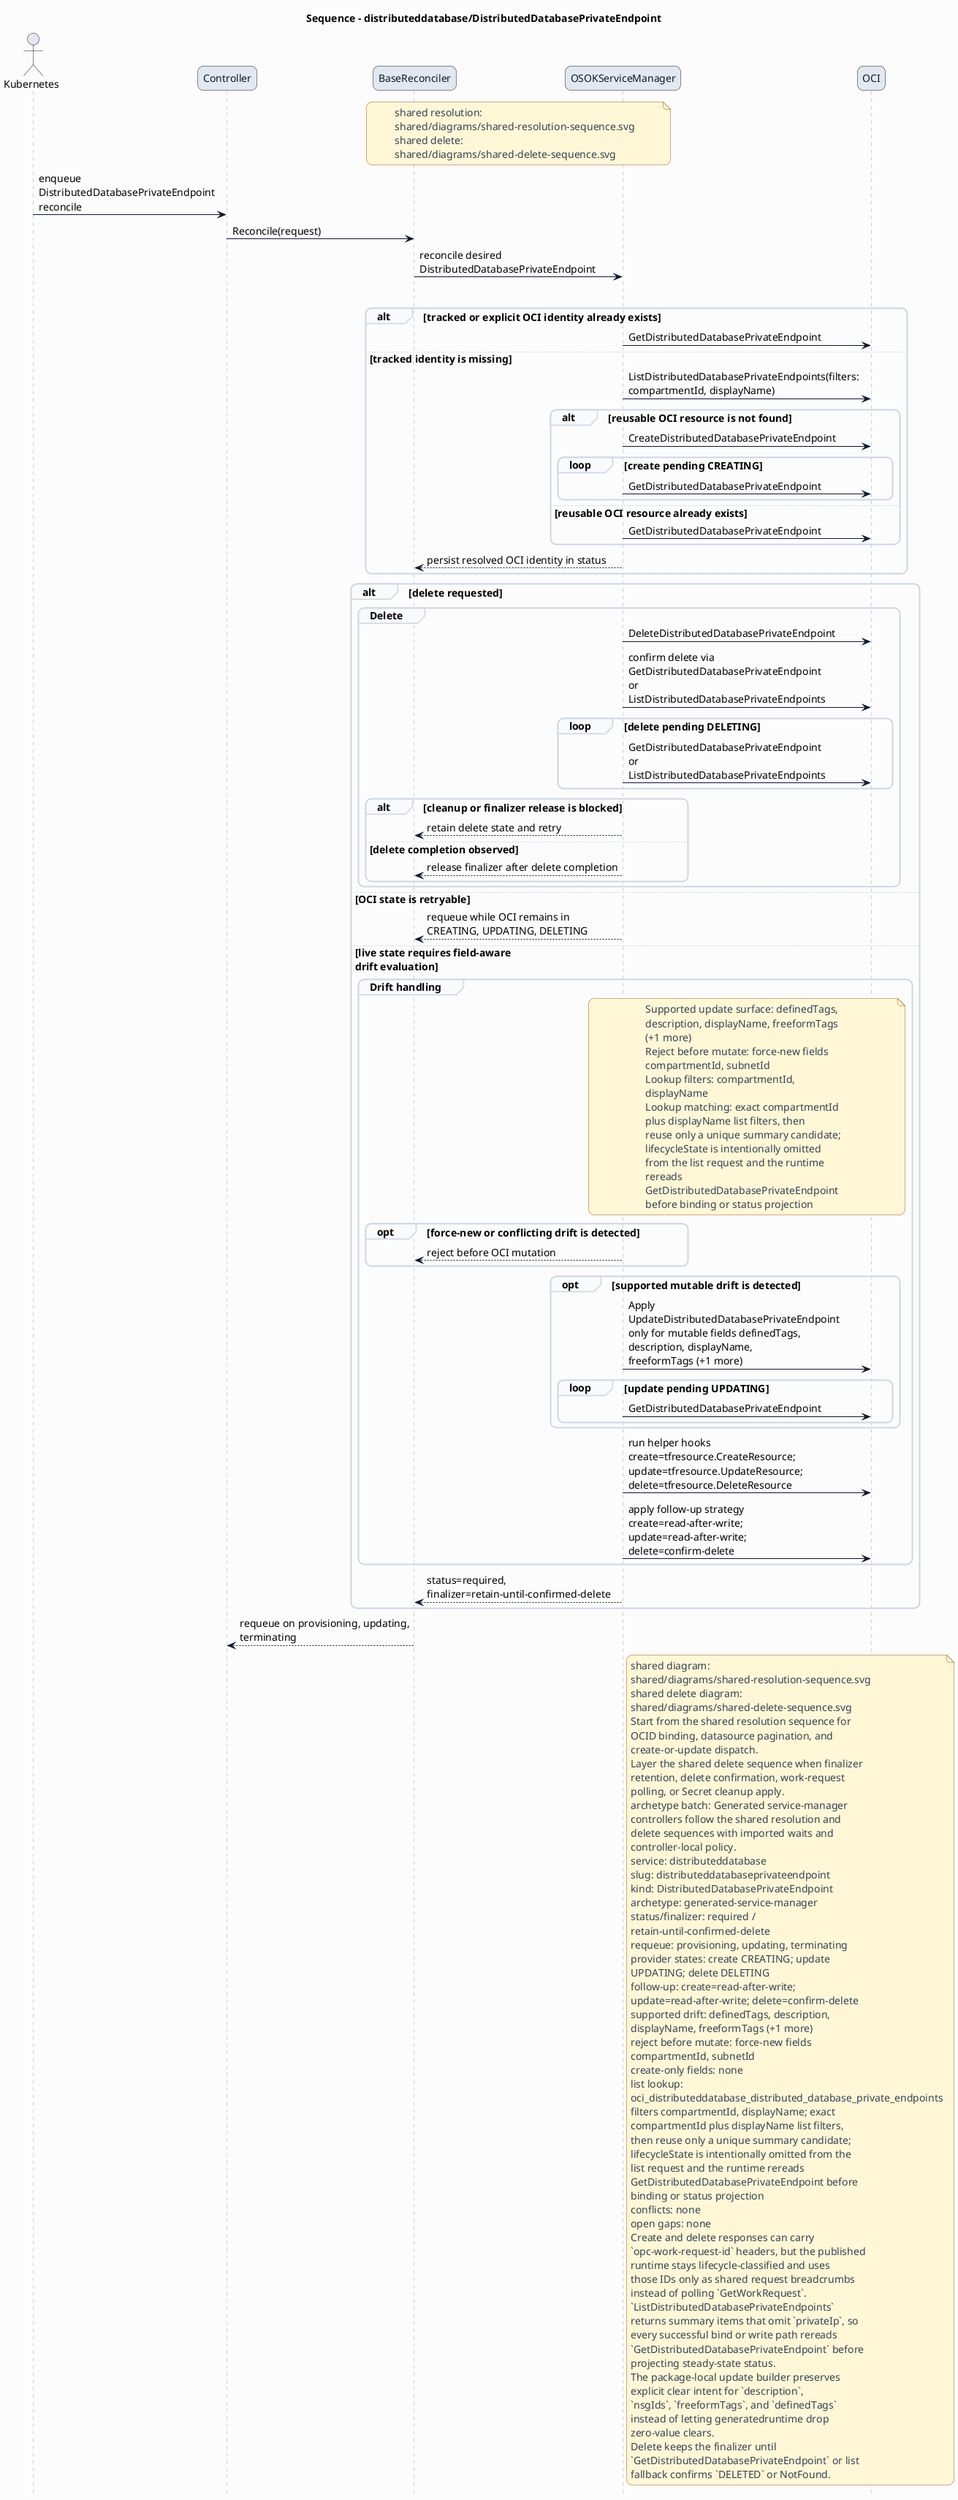
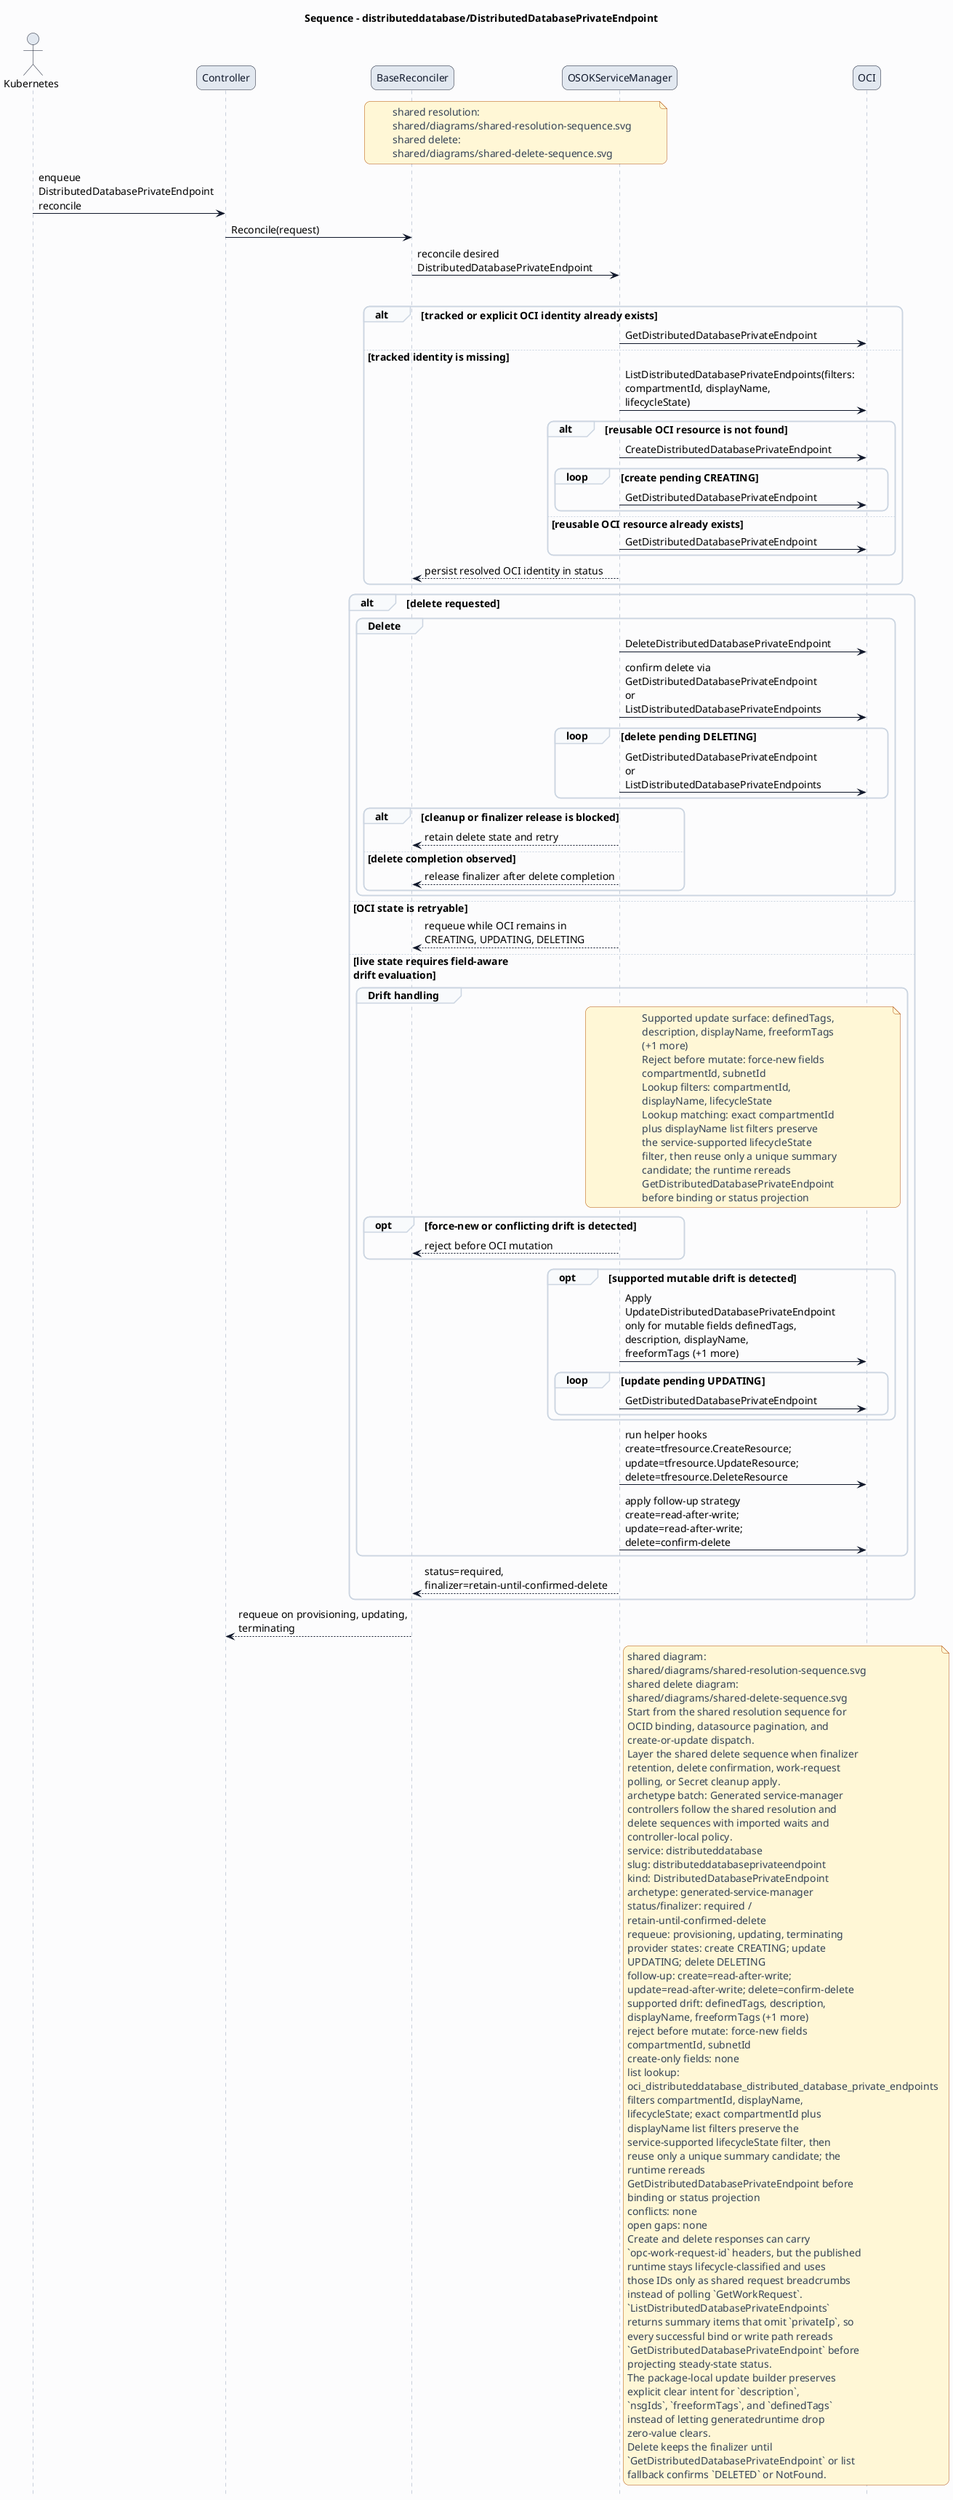
@startuml
skinparam shadowing false
skinparam backgroundColor #fcfcfd
skinparam defaultFontName Helvetica
skinparam defaultFontSize 14
skinparam arrowColor #0f172a
skinparam noteBackgroundColor #fff7d6
skinparam noteBorderColor #b45309
skinparam noteFontColor #334155
skinparam roundcorner 16
title Sequence - distributeddatabase/DistributedDatabasePrivateEndpoint
hide footbox
skinparam sequence {
  actorBorderColor #0f172a
  actorBackgroundColor #e2e8f0
  participantBorderColor #0f172a
  participantBackgroundColor #e2e8f0
  participantFontColor #0f172a
  lifeLineBorderColor #94a3b8
  groupBorderColor #cbd5e1
  groupBackgroundColor #f8fafc
}
actor Kubernetes
participant Controller
participant BaseReconciler
participant "OSOKServiceManager" as ServiceManager
participant OCI
note over BaseReconciler,ServiceManager
shared resolution:
shared/diagrams/shared-resolution-sequence.svg
shared delete:
shared/diagrams/shared-delete-sequence.svg
end note
Kubernetes -> Controller: enqueue\nDistributedDatabasePrivateEndpoint\nreconcile
Controller -> BaseReconciler: Reconcile(request)
BaseReconciler -> ServiceManager: reconcile desired\nDistributedDatabasePrivateEndpoint
group Lookup and bind
alt tracked or explicit OCI identity already exists
ServiceManager -> OCI: GetDistributedDatabasePrivateEndpoint
else tracked identity is missing
- ServiceManager -> OCI: ListDistributedDatabasePrivateEndpoints(filters:\ncompartmentId, displayName)
+ ServiceManager -> OCI: ListDistributedDatabasePrivateEndpoints(filters:\ncompartmentId, displayName,\nlifecycleState)
alt reusable OCI resource is not found
ServiceManager -> OCI: CreateDistributedDatabasePrivateEndpoint
loop create pending CREATING
ServiceManager -> OCI: GetDistributedDatabasePrivateEndpoint
end
else reusable OCI resource already exists
ServiceManager -> OCI: GetDistributedDatabasePrivateEndpoint
end
ServiceManager --> BaseReconciler: persist resolved OCI identity in status
end
alt delete requested
group Delete
ServiceManager -> OCI: DeleteDistributedDatabasePrivateEndpoint
ServiceManager -> OCI: confirm delete via\nGetDistributedDatabasePrivateEndpoint\nor\nListDistributedDatabasePrivateEndpoints
loop delete pending DELETING
ServiceManager -> OCI: GetDistributedDatabasePrivateEndpoint\nor\nListDistributedDatabasePrivateEndpoints
end
alt cleanup or finalizer release is blocked
ServiceManager --> BaseReconciler: retain delete state and retry
else delete completion observed
ServiceManager --> BaseReconciler: release finalizer after delete completion
end
end
else OCI state is retryable
ServiceManager --> BaseReconciler: requeue while OCI remains in\nCREATING, UPDATING, DELETING
else live state requires field-aware\ndrift evaluation
group Drift handling
note over ServiceManager,OCI
Supported update surface: definedTags,
description, displayName, freeformTags
(+1 more)
Reject before mutate: force-new fields
compartmentId, subnetId
Lookup filters: compartmentId,
- displayName
+ displayName, lifecycleState
Lookup matching: exact compartmentId
- plus displayName list filters, then
- reuse only a unique summary candidate;
- lifecycleState is intentionally omitted
- from the list request and the runtime
- rereads
+ plus displayName list filters preserve
+ the service-supported lifecycleState
+ filter, then reuse only a unique summary
+ candidate; the runtime rereads
GetDistributedDatabasePrivateEndpoint
before binding or status projection
end note
opt force-new or conflicting drift is detected
ServiceManager --> BaseReconciler: reject before OCI mutation
end
opt supported mutable drift is detected
ServiceManager -> OCI: Apply\nUpdateDistributedDatabasePrivateEndpoint\nonly for mutable fields definedTags,\ndescription, displayName,\nfreeformTags (+1 more)
loop update pending UPDATING
ServiceManager -> OCI: GetDistributedDatabasePrivateEndpoint
end
end
ServiceManager -> OCI: run helper hooks\ncreate=tfresource.CreateResource;\nupdate=tfresource.UpdateResource;\ndelete=tfresource.DeleteResource
ServiceManager -> OCI: apply follow-up strategy\ncreate=read-after-write;\nupdate=read-after-write;\ndelete=confirm-delete
end
ServiceManager --> BaseReconciler: status=required,\nfinalizer=retain-until-confirmed-delete
end
BaseReconciler --> Controller: requeue on provisioning, updating,\nterminating
note right of ServiceManager
shared diagram:
shared/diagrams/shared-resolution-sequence.svg
shared delete diagram:
shared/diagrams/shared-delete-sequence.svg
Start from the shared resolution sequence for
OCID binding, datasource pagination, and
create-or-update dispatch.
Layer the shared delete sequence when finalizer
retention, delete confirmation, work-request
polling, or Secret cleanup apply.
archetype batch: Generated service-manager
controllers follow the shared resolution and
delete sequences with imported waits and
controller-local policy.
service: distributeddatabase
slug: distributeddatabaseprivateendpoint
kind: DistributedDatabasePrivateEndpoint
archetype: generated-service-manager
status/finalizer: required /
retain-until-confirmed-delete
requeue: provisioning, updating, terminating
provider states: create CREATING; update
UPDATING; delete DELETING
follow-up: create=read-after-write;
update=read-after-write; delete=confirm-delete
supported drift: definedTags, description,
displayName, freeformTags (+1 more)
reject before mutate: force-new fields
compartmentId, subnetId
create-only fields: none
list lookup:
oci_distributeddatabase_distributed_database_private_endpoints
- filters compartmentId, displayName; exact
- compartmentId plus displayName list filters,
- then reuse only a unique summary candidate;
- lifecycleState is intentionally omitted from the
- list request and the runtime rereads
+ filters compartmentId, displayName,
+ lifecycleState; exact compartmentId plus
+ displayName list filters preserve the
+ service-supported lifecycleState filter, then
+ reuse only a unique summary candidate; the
+ runtime rereads
GetDistributedDatabasePrivateEndpoint before
binding or status projection
conflicts: none
open gaps: none
Create and delete responses can carry
`opc-work-request-id` headers, but the published
runtime stays lifecycle-classified and uses
those IDs only as shared request breadcrumbs
instead of polling `GetWorkRequest`.
`ListDistributedDatabasePrivateEndpoints`
returns summary items that omit `privateIp`, so
every successful bind or write path rereads
`GetDistributedDatabasePrivateEndpoint` before
projecting steady-state status.
The package-local update builder preserves
explicit clear intent for `description`,
`nsgIds`, `freeformTags`, and `definedTags`
instead of letting generatedruntime drop
zero-value clears.
Delete keeps the finalizer until
`GetDistributedDatabasePrivateEndpoint` or list
fallback confirms `DELETED` or NotFound.
end note
@enduml
